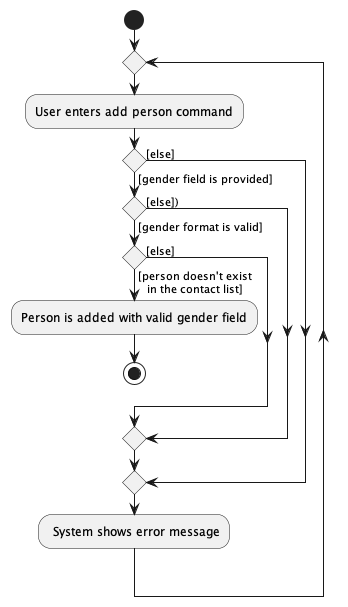
Above: docs/images/AddPersonActivityDiagram.png in nus-cs2103-AY2223S1/tp (PlantUML), before the change.
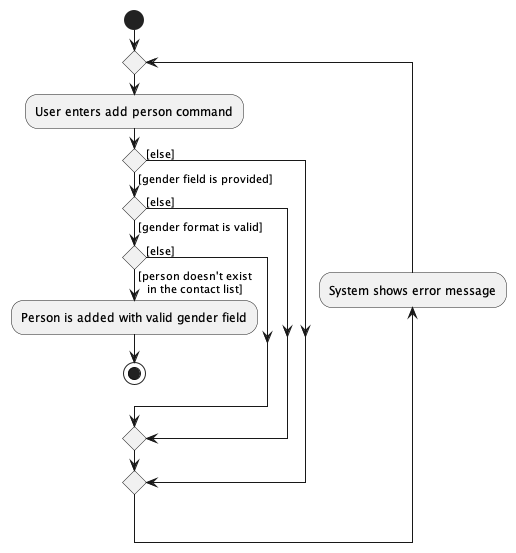
The same file after the commit.

Commit message:
Update activity diagrams

The edit, as a diff of the source:
```diff
@@ -10,10 +10,10 @@
       stop
     else ([else])
     endif
-  else ([else]))
+  else ([else])
   endif
 else ([else])
 endif
-: System shows error message;
+backward :System shows error message;
 repeat while;
 @enduml
```
